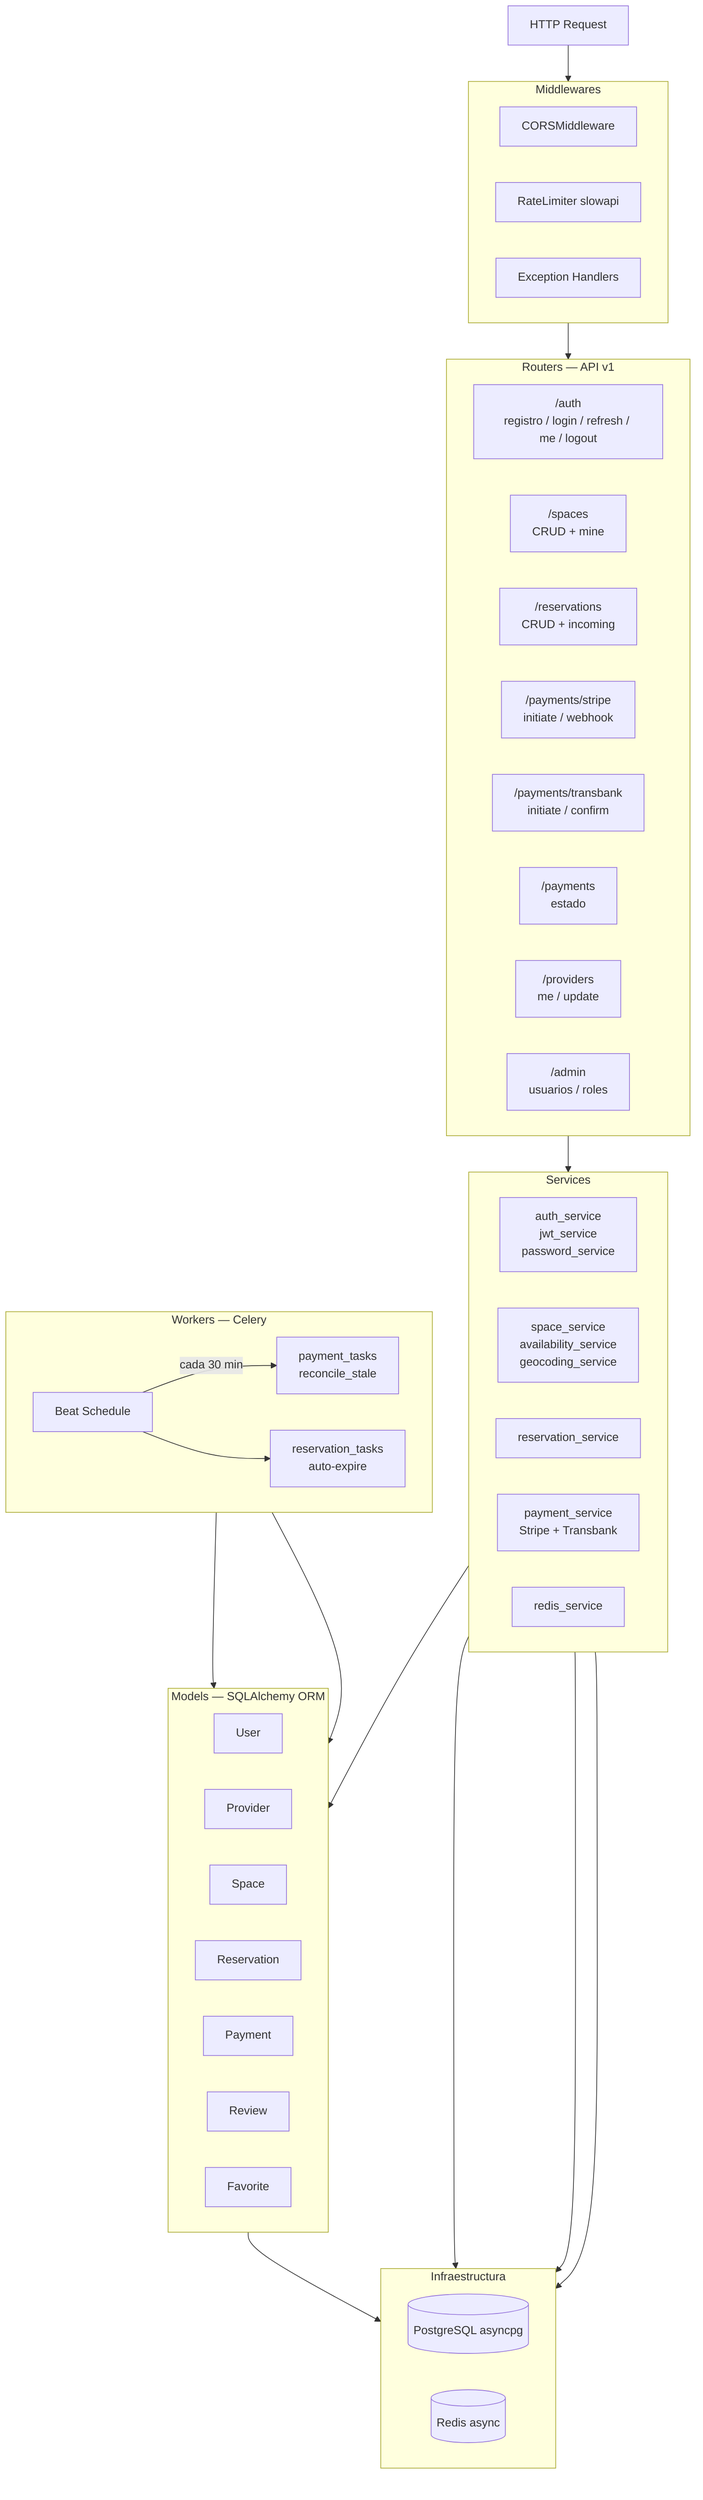
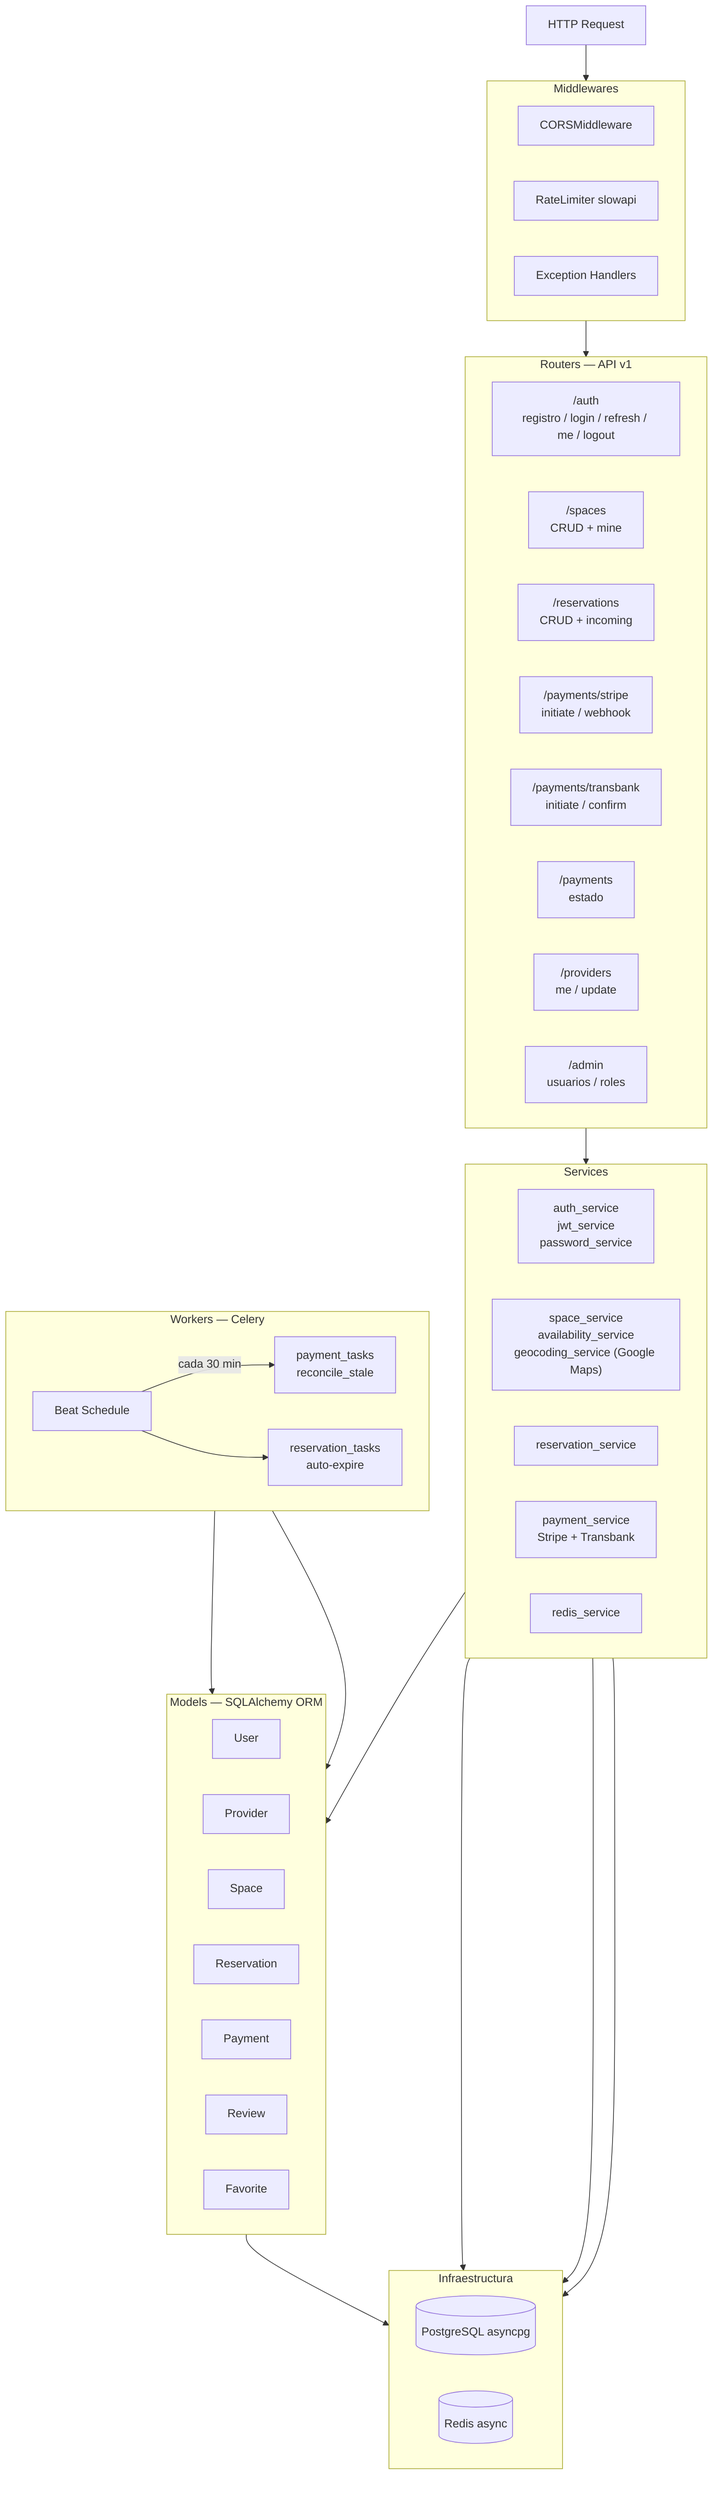
flowchart TD
  REQ["HTTP Request"]

  subgraph MW["Middlewares"]
    direction LR
    CORS["CORSMiddleware"]
    RATE["RateLimiter slowapi"]
    EXC["Exception Handlers"]
  end

  subgraph RT["Routers — API v1"]
    direction LR
    R1["/auth\nregistro / login / refresh / me / logout"]
    R2["/spaces\nCRUD + mine"]
    R3["/reservations\nCRUD + incoming"]
    R4["/payments/stripe\ninitiate / webhook"]
    R5["/payments/transbank\ninitiate / confirm"]
    R6["/payments\nestado"]
    R7["/providers\nme / update"]
    R8["/admin\nusuarios / roles"]
  end

  subgraph SVC["Services"]
    direction LR
    S1["auth_service\njwt_service\npassword_service"]
-     S2["space_service\navailability_service\ngeocoding_service"]
+     S2["space_service\navailability_service\ngeocoding_service (Google Maps)"]
    S3["reservation_service"]
    S4["payment_service\nStripe + Transbank"]
    S5["redis_service"]
  end

  subgraph MDL["Models — SQLAlchemy ORM"]
    direction LR
    M1["User"]
    M2["Provider"]
    M3["Space"]
    M4["Reservation"]
    M5["Payment"]
    M6["Review"]
    M7["Favorite"]
  end

  subgraph INFRA["Infraestructura"]
    direction LR
    PG[("PostgreSQL asyncpg")]
    RD[("Redis async")]
  end

  subgraph WRK["Workers — Celery"]
    direction LR
    W3["Beat Schedule"]
    W1["payment_tasks\nreconcile_stale"]
    W2["reservation_tasks\nauto-expire"]
  end

  REQ --> MW --> RT --> SVC --> MDL --> INFRA
  S1 --> RD
  S5 --> RD
  S2 --> RD
  W3 --"cada 30 min"--> W1
  W3 --> W2
  W1 --> MDL
  W2 --> MDL
